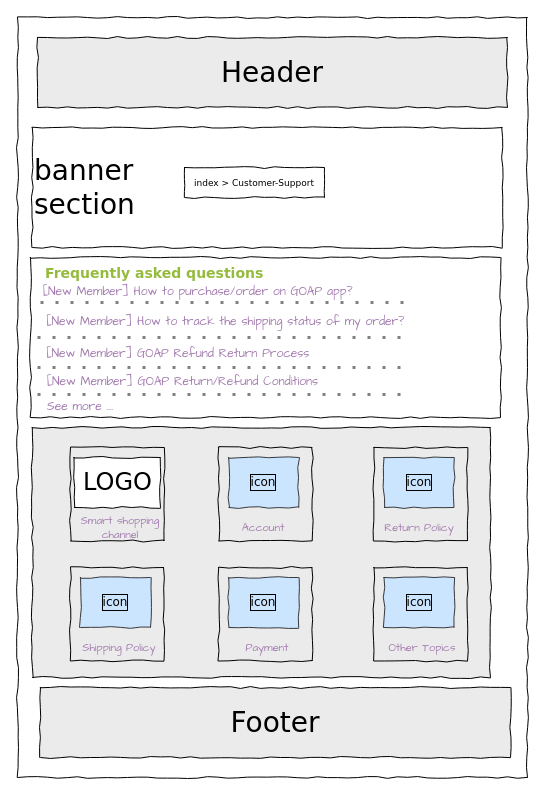
Above: page "Customer-Support" (2 of 6) of 3. Applications/1. Design (UI-UX)/1. Wireframe/Yuki-wireframe.drawio in XiaoYuki2010/Classroom-GSS0123 (draw.io), before the change. Source tidied: cells renumbered, new cells numbered last; positions are measured from the earlier drawing's top-left corner, leaving out a move shared by most shapes. Both pictures are drawn from the tidied source at 100%, with x=0, y=0 at pixel (17, 17).
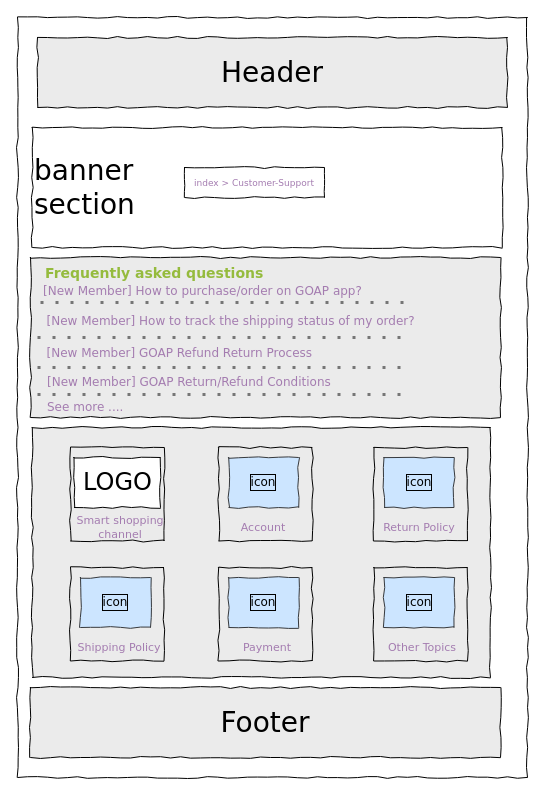
After the change.

Unchanged cells that the change refers to:
```xml
<mxCell id="17" style="whiteSpace=wrap;html=1;rounded=0;shadow=0;glass=0;labelBackgroundColor=none;labelBorderColor=default;sketch=0;hachureGap=4;jiggle=2;curveFitting=1;strokeColor=#000000;strokeWidth=1;fontFamily=Verdana;fontSize=12;fontColor=#000000;fillColor=none;comic=1;" parent="1" vertex="1">
  <mxGeometry x="356.5" y="430" width="93.5" height="93.5" as="geometry" />
</mxCell>
```

Diff of the diagram source:
```diff
@@
     <mxCell id="4" value="Footer" style="whiteSpace=wrap;html=1;rounded=0;shadow=0;labelBackgroundColor=none;strokeWidth=1;fontFamily=Verdana;fontSize=28;align=center;comic=1;fillColor=#ebebeb;" parent="1" vertex="1">
-      <mxGeometry x="23" y="670" width="470" height="70" as="geometry" />
+      <mxGeometry x="13" y="670" width="470" height="70" as="geometry" />
     </mxCell>
@@
-    <mxCell id="6" style="rounded=0;whiteSpace=wrap;html=1;shadow=0;glass=0;labelBackgroundColor=none;labelBorderColor=default;sketch=0;hachureGap=4;jiggle=2;curveFitting=1;strokeColor=#000000;fontFamily=Verdana;fontSize=12;fontColor=#000000;fillColor=none;strokeWidth=1;comic=1;" parent="1" vertex="1">
+    <mxCell id="6" style="rounded=0;whiteSpace=wrap;html=1;shadow=0;glass=0;labelBackgroundColor=none;labelBorderColor=default;sketch=0;hachureGap=4;jiggle=2;curveFitting=1;strokeColor=#000000;fontFamily=Verdana;fontSize=12;fontColor=#000000;fillColor=#ebebeb;strokeWidth=1;comic=1;" parent="1" vertex="1">
       <mxGeometry x="13" y="240" width="470" height="160" as="geometry" />
     </mxCell>
@@
-    <mxCell id="8" style="dashed=1;shape=line;strokeWidth=3;strokeColor=#030303;opacity=50;rounded=0;shadow=0;glass=0;labelBackgroundColor=#030303;labelBorderColor=#030303;sketch=0;hachureGap=4;jiggle=2;curveFitting=1;fontFamily=Architects Daughter;fontSize=25;fontColor=default;fillColor=none;html=1;fontStyle=1;textOpacity=0;spacing=10;align=left;dashPattern=1 4;" parent="1" vertex="1">
+    <mxCell id="8" style="dashed=1;shape=line;strokeWidth=3;strokeColor=#030303;opacity=50;rounded=0;shadow=0;glass=0;labelBackgroundColor=#030303;labelBorderColor=#030303;sketch=0;hachureGap=4;jiggle=2;curveFitting=1;fontFamily=Verdana;fontSize=25;fontColor=default;fillColor=none;html=1;fontStyle=1;textOpacity=0;spacing=10;align=left;dashPattern=1 4;" parent="1" vertex="1">
       <mxGeometry x="23" y="280" width="365.5" height="10" as="geometry" />
     </mxCell>
-    <mxCell id="9" value="[New Member] How to track the shipping status of my order?" style="text;fontColor=#a47cb0;fontSize=12;verticalAlign=middle;strokeColor=none;fillColor=none;fontFamily=Architects Daughter;" parent="1" vertex="1">
+    <mxCell id="9" value="[New Member] How to track the shipping status of my order?" style="text;fontColor=#a47cb0;fontSize=12;verticalAlign=middle;strokeColor=none;fillColor=none;fontFamily=Verdana;" parent="1" vertex="1">
       <mxGeometry x="27.5" y="290" width="419" height="25" as="geometry" />
     </mxCell>
-    <mxCell id="10" value="[New Member] GOAP Refund Return Process" style="text;fontColor=#a47cb0;fontSize=12;verticalAlign=middle;strokeColor=none;fillColor=none;fontFamily=Architects Daughter;" parent="1" vertex="1">
+    <mxCell id="10" value="[New Member] GOAP Refund Return Process" style="text;fontColor=#a47cb0;fontSize=12;verticalAlign=middle;strokeColor=none;fillColor=none;fontFamily=Verdana;" parent="1" vertex="1">
       <mxGeometry x="27.5" y="325" width="419" height="20" as="geometry" />
     </mxCell>
-    <mxCell id="11" value="[New Member] GOAP Return/Refund Conditions" style="text;fontColor=#a47cb0;fontSize=12;verticalAlign=middle;strokeColor=none;fillColor=none;fontFamily=Architects Daughter;whiteSpace=wrap;" parent="1" vertex="1">
+    <mxCell id="11" value="[New Member] GOAP Return/Refund Conditions" style="text;fontColor=#a47cb0;fontSize=12;verticalAlign=middle;strokeColor=none;fillColor=none;fontFamily=Verdana;whiteSpace=wrap;" parent="1" vertex="1">
       <mxGeometry x="27.5" y="355" width="419" height="19" as="geometry" />
     </mxCell>
-    <mxCell id="12" style="dashed=1;shape=line;strokeWidth=3;strokeColor=#030303;opacity=50;rounded=0;shadow=0;glass=0;labelBackgroundColor=#030303;labelBorderColor=#030303;sketch=0;hachureGap=4;jiggle=2;curveFitting=1;fontFamily=Architects Daughter;fontSize=25;fontColor=default;fillColor=none;html=1;fontStyle=1;textOpacity=0;spacing=10;align=left;dashPattern=1 4;" parent="1" vertex="1">
+    <mxCell id="12" style="dashed=1;shape=line;strokeWidth=3;strokeColor=#030303;opacity=50;rounded=0;shadow=0;glass=0;labelBackgroundColor=#030303;labelBorderColor=#030303;sketch=0;hachureGap=4;jiggle=2;curveFitting=1;fontFamily=Verdana;fontSize=25;fontColor=default;fillColor=none;html=1;fontStyle=1;textOpacity=0;spacing=10;align=left;dashPattern=1 4;" parent="1" vertex="1">
       <mxGeometry x="20" y="315" width="373" height="10" as="geometry" />
     </mxCell>
-    <mxCell id="13" style="dashed=1;shape=line;strokeWidth=3;strokeColor=#030303;opacity=50;rounded=0;shadow=0;glass=0;labelBackgroundColor=#030303;labelBorderColor=#030303;sketch=0;hachureGap=4;jiggle=2;curveFitting=1;fontFamily=Architects Daughter;fontSize=25;fontColor=default;fillColor=none;html=1;fontStyle=1;textOpacity=0;spacing=10;align=left;dashPattern=1 4;" parent="1" vertex="1">
+    <mxCell id="13" style="dashed=1;shape=line;strokeWidth=3;strokeColor=#030303;opacity=50;rounded=0;shadow=0;glass=0;labelBackgroundColor=#030303;labelBorderColor=#030303;sketch=0;hachureGap=4;jiggle=2;curveFitting=1;fontFamily=Verdana;fontSize=25;fontColor=default;fillColor=none;html=1;fontStyle=1;textOpacity=0;spacing=10;align=left;dashPattern=1 4;" parent="1" vertex="1">
       <mxGeometry x="20" y="345" width="373" height="10" as="geometry" />
     </mxCell>
-    <mxCell id="14" style="dashed=1;shape=line;strokeWidth=3;strokeColor=#030303;opacity=50;rounded=0;shadow=0;glass=0;labelBackgroundColor=#030303;labelBorderColor=#030303;sketch=0;hachureGap=4;jiggle=2;curveFitting=1;fontFamily=Architects Daughter;fontSize=25;fontColor=default;fillColor=none;html=1;fontStyle=1;textOpacity=0;spacing=10;align=left;dashPattern=1 4;" parent="1" vertex="1">
+    <mxCell id="14" style="dashed=1;shape=line;strokeWidth=3;strokeColor=#030303;opacity=50;rounded=0;shadow=0;glass=0;labelBackgroundColor=#030303;labelBorderColor=#030303;sketch=0;hachureGap=4;jiggle=2;curveFitting=1;fontFamily=Verdana;fontSize=25;fontColor=default;fillColor=none;html=1;fontStyle=1;textOpacity=0;spacing=10;align=left;dashPattern=1 4;" parent="1" vertex="1">
       <mxGeometry x="20" y="374" width="363" height="6" as="geometry" />
     </mxCell>
-    <mxCell id="15" value="See more ...." style="text;fontColor=#a47cb0;fontSize=12;verticalAlign=middle;strokeColor=none;fillColor=none;fontFamily=Architects Daughter;whiteSpace=wrap;" parent="1" vertex="1">
+    <mxCell id="15" value="See more ...." style="text;fontColor=#a47cb0;fontSize=12;verticalAlign=middle;strokeColor=none;fillColor=none;fontFamily=Verdana;whiteSpace=wrap;" parent="1" vertex="1">
       <mxGeometry x="27.5" y="380" width="419" height="20" as="geometry" />
     </mxCell>
-    <mxCell id="16" style="edgeStyle=orthogonalEdgeStyle;rounded=0;jettySize=auto;html=1;exitX=0;exitY=0.75;exitDx=0;exitDy=0;entryX=0;entryY=0;entryDx=0;entryDy=0;fontColor=#a47cb0;" parent="1" edge="1" source="17" target="19">
+    <mxCell id="16" style="edgeStyle=orthogonalEdgeStyle;rounded=0;jettySize=auto;html=1;exitX=0;exitY=0.75;exitDx=0;exitDy=0;entryX=0;entryY=0;entryDx=0;entryDy=0;fontColor=#a47cb0;fontFamily=Verdana;" parent="1" edge="1" source="17" target="19">
       <mxGeometry relative="1" as="geometry" />
     </mxCell>
@@
-    <mxCell id="19" value="Return Policy" style="text;html=1;strokeColor=none;fillColor=none;align=center;verticalAlign=middle;whiteSpace=wrap;rounded=0;fontSize=11;fontFamily=Architects Daughter;fontColor=#a47cb0;" parent="1" vertex="1">
+    <mxCell id="19" value="Return Policy" style="text;html=1;strokeColor=none;fillColor=none;align=center;verticalAlign=middle;whiteSpace=wrap;rounded=0;fontSize=11;fontFamily=Verdana;fontColor=#a47cb0;" parent="1" vertex="1">
       <mxGeometry x="356.5" y="500" width="90" height="20" as="geometry" />
     </mxCell>
-    <mxCell id="20" value="[New Member] How to purchase/order on GOAP app?" style="text;fontColor=#a47cb0;fontSize=12;verticalAlign=middle;strokeColor=none;fillColor=none;fontFamily=Architects Daughter;" parent="1" vertex="1">
+    <mxCell id="20" value="[New Member] How to purchase/order on GOAP app?" style="text;fontColor=#a47cb0;fontSize=12;verticalAlign=middle;strokeColor=none;fillColor=none;fontFamily=Verdana;" parent="1" vertex="1">
       <mxGeometry x="24" y="260" width="419" height="25" as="geometry" />
     </mxCell>
@@
-    <mxCell id="23" value="Other Topics" style="text;html=1;strokeColor=none;fillColor=none;align=center;verticalAlign=middle;whiteSpace=wrap;rounded=0;fontSize=11;fontFamily=Architects Daughter;fontColor=#a47cb0;" parent="1" vertex="1">
+    <mxCell id="23" value="Other Topics" style="text;html=1;strokeColor=none;fillColor=none;align=center;verticalAlign=middle;whiteSpace=wrap;rounded=0;fontSize=11;fontFamily=Verdana;fontColor=#a47cb0;" parent="1" vertex="1">
       <mxGeometry x="360" y="620" width="90" height="20" as="geometry" />
     </mxCell>
@@
-    <mxCell id="26" value="Account" style="text;html=1;strokeColor=none;fillColor=none;align=center;verticalAlign=middle;whiteSpace=wrap;rounded=0;fontSize=11;fontFamily=Architects Daughter;fontColor=#a47cb0;" parent="1" vertex="1">
+    <mxCell id="26" value="Account" style="text;html=1;strokeColor=none;fillColor=none;align=center;verticalAlign=middle;whiteSpace=wrap;rounded=0;fontSize=11;fontFamily=Verdana;fontColor=#a47cb0;" parent="1" vertex="1">
       <mxGeometry x="201.2" y="500" width="90" height="20" as="geometry" />
     </mxCell>
@@
-    <mxCell id="29" value="Payment" style="text;html=1;strokeColor=none;fillColor=none;align=center;verticalAlign=middle;whiteSpace=wrap;rounded=0;fontSize=11;fontFamily=Architects Daughter;fontColor=#a47cb0;" parent="1" vertex="1">
+    <mxCell id="29" value="Payment" style="text;html=1;strokeColor=none;fillColor=none;align=center;verticalAlign=middle;whiteSpace=wrap;rounded=0;fontSize=11;fontFamily=Verdana;fontColor=#a47cb0;" parent="1" vertex="1">
       <mxGeometry x="204.8" y="620" width="90" height="20" as="geometry" />
     </mxCell>
@@
-    <mxCell id="31" value="Smart shopping channel" style="text;html=1;strokeColor=none;fillColor=none;align=center;verticalAlign=middle;whiteSpace=wrap;rounded=0;fontSize=11;fontFamily=Architects Daughter;fontColor=#a47cb0;" parent="1" vertex="1">
+    <mxCell id="31" value="Smart shopping channel" style="text;html=1;strokeColor=none;fillColor=none;align=center;verticalAlign=middle;whiteSpace=wrap;rounded=0;fontSize=11;fontFamily=Verdana;fontColor=#a47cb0;" parent="1" vertex="1">
       <mxGeometry x="43" y="500" width="120" height="20" as="geometry" />
     </mxCell>
@@
-    <mxCell id="34" value="Shipping Policy" style="text;html=1;strokeColor=none;fillColor=none;align=center;verticalAlign=middle;whiteSpace=wrap;rounded=0;fontSize=11;fontFamily=Architects Daughter;fontColor=#a47cb0;" parent="1" vertex="1">
+    <mxCell id="34" value="Shipping Policy" style="text;html=1;strokeColor=none;fillColor=none;align=center;verticalAlign=middle;whiteSpace=wrap;rounded=0;fontSize=11;fontFamily=Verdana;fontColor=#a47cb0;" parent="1" vertex="1">
       <mxGeometry x="56.5" y="620" width="90" height="20" as="geometry" />
     </mxCell>
@@
-    <mxCell id="37" value="&lt;br style=&quot;font-size: 9px;&quot;&gt;index &amp;gt; Customer-Support" style="whiteSpace=wrap;rounded=0;shadow=0;labelBackgroundColor=none;strokeWidth=1;fontFamily=Verdana;fontSize=9;align=center;comic=1;verticalAlign=middle;html=1;spacing=0;spacingTop=-11;" parent="1" vertex="1">
+    <mxCell id="37" value="&lt;br style=&quot;font-size: 9px;&quot;&gt;index &amp;gt; Customer-Support" style="whiteSpace=wrap;rounded=0;shadow=0;labelBackgroundColor=none;strokeWidth=1;fontFamily=Verdana;fontSize=9;align=center;comic=1;verticalAlign=middle;html=1;spacing=0;spacingTop=-11;fontColor=#a47cb0;" parent="1" vertex="1">
       <mxGeometry x="167" y="150" width="140" height="30" as="geometry" />
     </mxCell>
```
